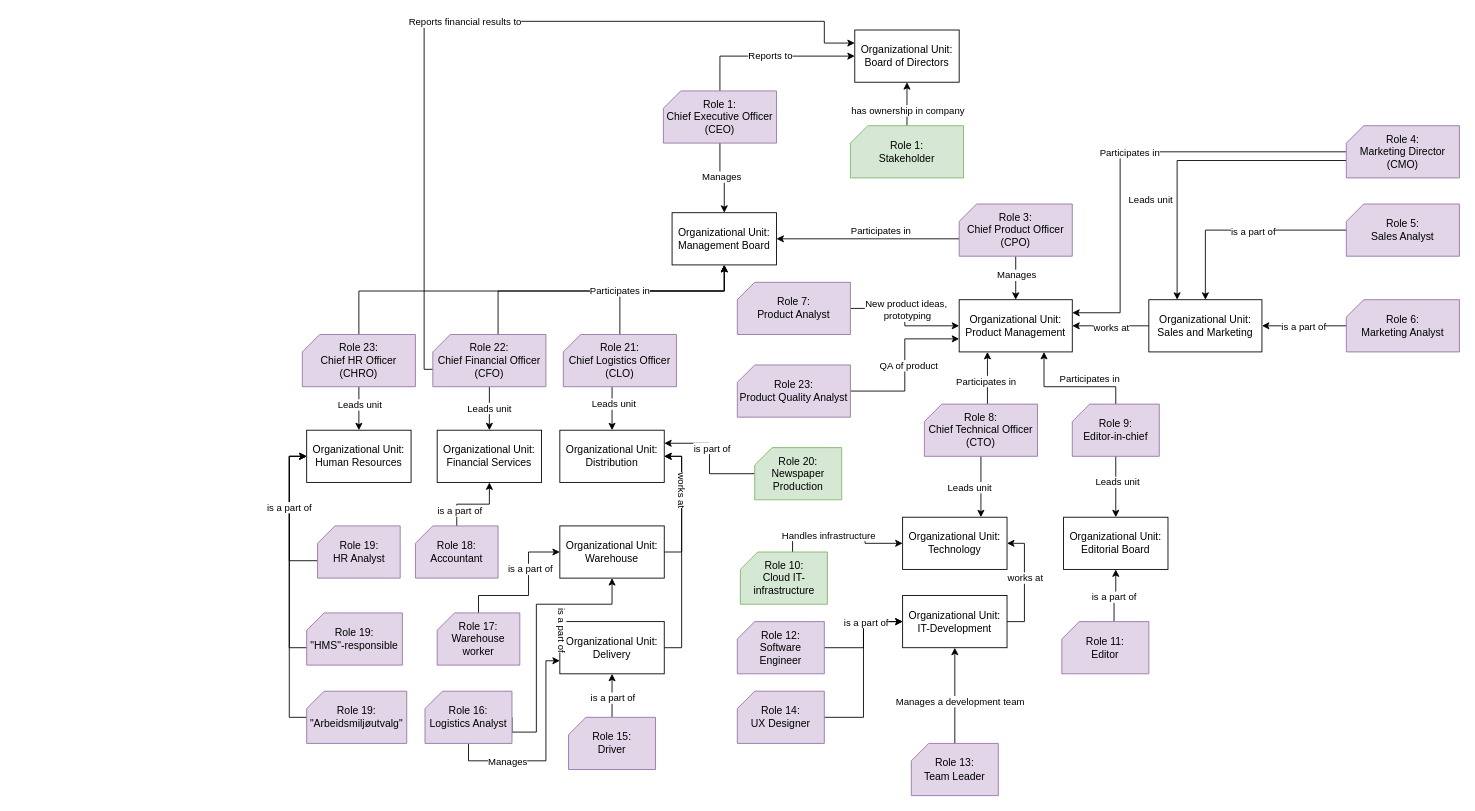
This is TS_role_actors_models.drawio from gullskatten/TS-models-4em-archi, a draw.io file, before an edit. Source tidied: cells renumbered, new cells numbered last; positions are measured from the earlier drawing's top-left corner, leaving out a move shared by most shapes. Both pictures are drawn from the tidied source at 87%, with x=0, y=0 at pixel (289, 21).
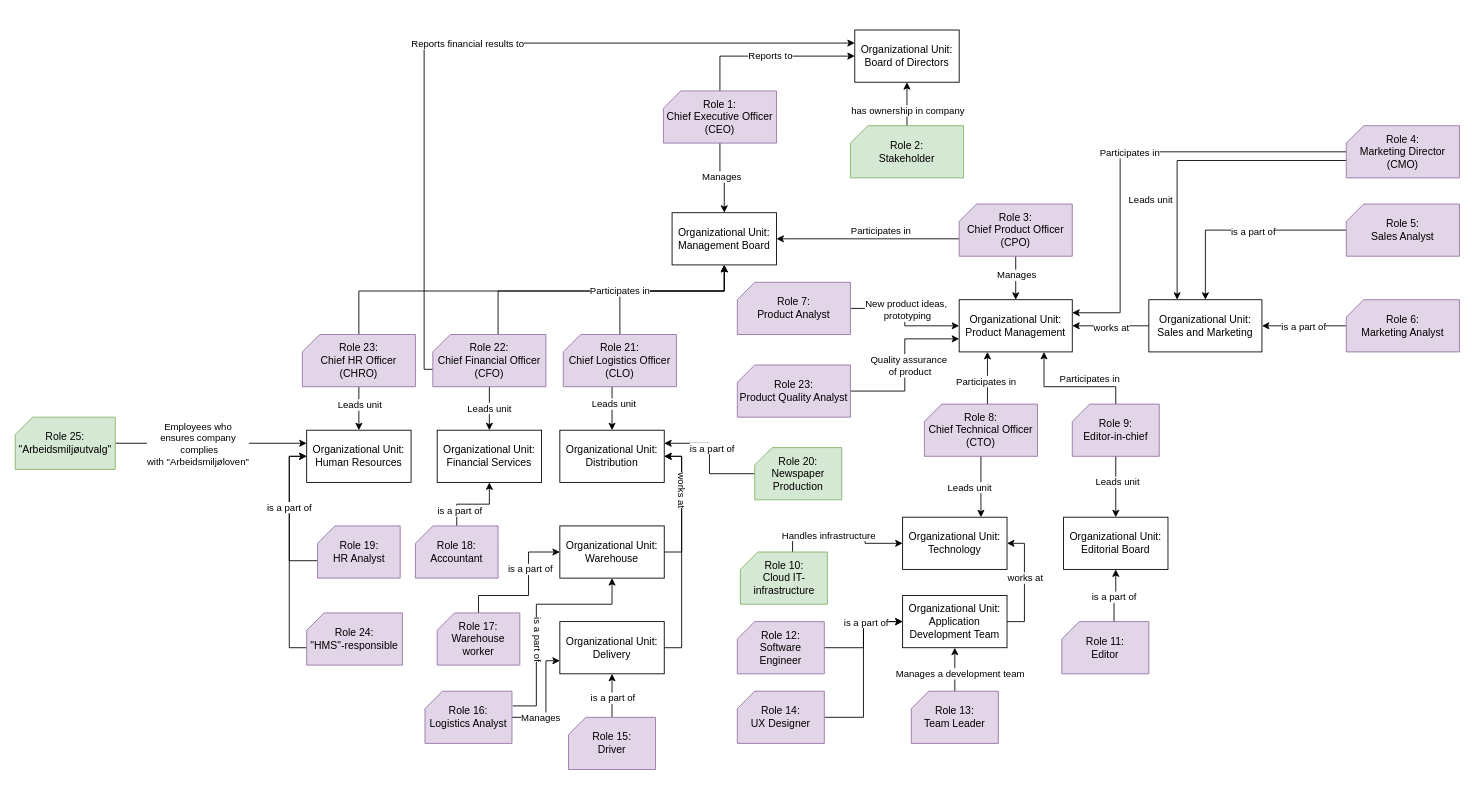
The same diagram, later.

The change refers to these unchanged cells:
```xml
<mxCell id="19" value="Role 22:&lt;br&gt;Chief Financial Officer (CFO)" style="verticalLabelPosition=middle;verticalAlign=middle;html=1;shape=card;whiteSpace=wrap;size=20;arcSize=12;fillColor=#e1d5e7;strokeColor=#9673a6;labelPosition=center;align=center;" parent="1" vertex="1">
  <mxGeometry x="165" y="360" width="130" height="60" as="geometry" />
</mxCell>
<mxCell id="30" value="Organizational Unit:&lt;br&gt;Human Resources" style="rounded=0;whiteSpace=wrap;html=1;" parent="1" vertex="1">
  <mxGeometry x="20" y="470" width="120" height="60" as="geometry" />
</mxCell>
<mxCell id="43" value="Organizational Unit:&lt;br&gt;Warehouse" style="rounded=0;whiteSpace=wrap;html=1;" parent="1" vertex="1">
  <mxGeometry x="311" y="580" width="120" height="60" as="geometry" />
</mxCell>
<mxCell id="46" value="Organizational Unit:&lt;br&gt;Delivery" style="rounded=0;whiteSpace=wrap;html=1;" parent="1" vertex="1">
  <mxGeometry x="311" y="690" width="120" height="60" as="geometry" />
</mxCell>
<mxCell id="47" style="edgeStyle=orthogonalEdgeStyle;rounded=0;jettySize=auto;html=1;entryX=1;entryY=0.25;entryDx=0;entryDy=0;" parent="1" edge="1" source="49" target="27">
  <mxGeometry relative="1" as="geometry" />
</mxCell>
<mxCell id="72" value="Role 16:&lt;br&gt;Logistics Analyst" style="verticalLabelPosition=middle;verticalAlign=middle;html=1;shape=card;whiteSpace=wrap;size=20;arcSize=12;fillColor=#e1d5e7;strokeColor=#9673a6;labelPosition=center;align=center;" parent="1" vertex="1">
  <mxGeometry x="156" y="770" width="100" height="60" as="geometry" />
</mxCell>
<mxCell id="97" style="edgeStyle=orthogonalEdgeStyle;rounded=0;jettySize=auto;html=1;entryX=0.5;entryY=1;entryDx=0;entryDy=0;" parent="1" edge="1" source="99" target="41">
  <mxGeometry relative="1" as="geometry" />
</mxCell>
<mxCell id="103" value="Organizational Unit:&lt;br&gt;Board of Directors" style="rounded=0;whiteSpace=wrap;html=1;" parent="1" vertex="1">
  <mxGeometry x="650" y="10" width="120" height="60" as="geometry" />
</mxCell>
<mxCell id="109" style="edgeStyle=orthogonalEdgeStyle;rounded=0;jettySize=auto;html=1;entryX=0;entryY=0.75;entryDx=0;entryDy=0;" parent="1" edge="1" source="111" target="61">
  <mxGeometry relative="1" as="geometry" />
</mxCell>
```

Change to the diagram source:
```diff
@@
     <mxCell id="16" style="edgeStyle=orthogonalEdgeStyle;rounded=0;jettySize=auto;html=1;entryX=0;entryY=0.25;entryDx=0;entryDy=0;exitX=0;exitY=0;exitDx=0;exitDy=40;exitPerimeter=0;" parent="1" edge="1" source="19" target="103">
       <mxGeometry relative="1" as="geometry">
         <Array as="points">
           <mxPoint x="155" y="400" />
-          <mxPoint x="155" />
-          <mxPoint x="615" />
-          <mxPoint x="615" y="25" />
+          <mxPoint x="155" y="25" />
         </Array>
       </mxGeometry>
     </mxCell>
@@
-    <mxCell id="41" value="Organizational Unit:&lt;br&gt;IT-Development" style="rounded=0;whiteSpace=wrap;html=1;" parent="1" vertex="1">
+    <mxCell id="41" value="Organizational Unit:&lt;br&gt;Application Development Team" style="rounded=0;whiteSpace=wrap;html=1;" parent="1" vertex="1">
       <mxGeometry x="705" y="660" width="120" height="60" as="geometry" />
     </mxCell>
@@
-    <mxCell id="48" value="is part of" style="edgeLabel;html=1;align=center;verticalAlign=middle;" parent="47" vertex="1">
+    <mxCell id="48" value="is a part of" style="edgeLabel;html=1;align=center;verticalAlign=middle;" parent="47" vertex="1">
       <mxGeometry x="0.23" y="-3" relative="1" as="geometry">
         <mxPoint x="-1" y="3" as="offset" />
       </mxGeometry>
     </mxCell>
@@
-    <mxCell id="52" value="Role 1:&lt;br&gt;Stakeholder" style="verticalLabelPosition=middle;verticalAlign=middle;html=1;shape=card;whiteSpace=wrap;size=20;arcSize=12;fillColor=#d5e8d4;strokeColor=#82b366;labelPosition=center;align=center;" parent="1" vertex="1">
+    <mxCell id="52" value="Role 2:&lt;br&gt;Stakeholder" style="verticalLabelPosition=middle;verticalAlign=middle;html=1;shape=card;whiteSpace=wrap;size=20;arcSize=12;fillColor=#d5e8d4;strokeColor=#82b366;labelPosition=center;align=center;" parent="1" vertex="1">
       <mxGeometry x="645" y="120" width="130" height="60" as="geometry" />
     </mxCell>
@@
-    <mxCell id="68" style="edgeStyle=orthogonalEdgeStyle;rounded=0;jettySize=auto;html=1;entryX=0.5;entryY=1;entryDx=0;entryDy=0;exitX=1;exitY=0.5;exitDx=0;exitDy=0;exitPerimeter=0;" parent="1" edge="1" source="72" target="43">
+    <mxCell id="68" style="edgeStyle=orthogonalEdgeStyle;rounded=0;jettySize=auto;html=1;entryX=0.5;entryY=1;entryDx=0;entryDy=0;exitX=1.009;exitY=0.281;exitDx=0;exitDy=0;exitPerimeter=0;" parent="1" edge="1" source="72" target="43">
       <mxGeometry relative="1" as="geometry">
         <Array as="points">
-          <mxPoint x="256" y="817" />
-          <mxPoint x="284" y="817" />
+          <mxPoint x="284" y="787" />
           <mxPoint x="284" y="670" />
           <mxPoint x="371" y="670" />
         </Array>
       </mxGeometry>
     </mxCell>
     <mxCell id="69" value="is a part of" style="edgeLabel;html=1;align=center;verticalAlign=middle;rotation=90;" parent="68" vertex="1">
       <mxGeometry x="0.4" y="3" relative="1" as="geometry">
-        <mxPoint x="6" y="32" as="offset" />
+        <mxPoint x="-36.5" y="43" as="offset" />
       </mxGeometry>
     </mxCell>
-    <mxCell id="70" style="edgeStyle=orthogonalEdgeStyle;rounded=0;jettySize=auto;html=1;entryX=0;entryY=0.75;entryDx=0;entryDy=0;exitX=0.5;exitY=1;exitDx=0;exitDy=0;exitPerimeter=0;" parent="1" edge="1" source="72" target="46">
+    <mxCell id="70" style="edgeStyle=orthogonalEdgeStyle;rounded=0;jettySize=auto;html=1;entryX=0;entryY=0.75;entryDx=0;entryDy=0;exitX=1;exitY=0.5;exitDx=0;exitDy=0;exitPerimeter=0;" parent="1" edge="1" source="72" target="46">
       <mxGeometry relative="1" as="geometry">
         <Array as="points">
-          <mxPoint x="206" y="850" />
-          <mxPoint x="295" y="850" />
+          <mxPoint x="295" y="800" />
           <mxPoint x="295" y="735" />
         </Array>
       </mxGeometry>
     </mxCell>
@@
     <mxCell id="98" value="Manages a development team" style="edgeLabel;html=1;align=center;verticalAlign=middle;" parent="97" vertex="1">
       <mxGeometry x="0.39" y="-8" relative="1" as="geometry">
-        <mxPoint x="-3" y="27.1" as="offset" />
+        <mxPoint x="-3" y="14.3" as="offset" />
       </mxGeometry>
     </mxCell>
     <mxCell id="99" value="Role 13:&lt;br&gt;Team Leader" style="verticalLabelPosition=middle;verticalAlign=middle;html=1;shape=card;whiteSpace=wrap;size=20;arcSize=12;fillColor=#e1d5e7;strokeColor=#9673a6;labelPosition=center;align=center;" parent="1" vertex="1">
-      <mxGeometry x="715" y="830" width="100" height="60" as="geometry" />
+      <mxGeometry x="715" y="770" width="100" height="60" as="geometry" />
     </mxCell>
@@
-    <mxCell id="104" style="edgeStyle=orthogonalEdgeStyle;rounded=0;jettySize=auto;html=1;entryX=0;entryY=0.5;entryDx=0;entryDy=0;" parent="1" edge="1" source="105" target="30">
+    <mxCell id="104" style="edgeStyle=orthogonalEdgeStyle;rounded=0;jettySize=auto;html=1;entryX=0;entryY=0.25;entryDx=0;entryDy=0;exitX=1;exitY=0.5;exitDx=0;exitDy=0;exitPerimeter=0;" parent="1" edge="1" source="105" target="30">
       <mxGeometry relative="1" as="geometry">
         <Array as="points">
-          <mxPoint y="800" />
-          <mxPoint y="500" />
+          <mxPoint x="-110" y="485" />
         </Array>
       </mxGeometry>
     </mxCell>
+    <mxCell id="112" value="Employees who &lt;br&gt;ensures company&lt;br&gt;&amp;nbsp;complies&lt;br&gt;with &quot;Arbeidsmiljøloven&quot;" style="edgeLabel;html=1;align=center;verticalAlign=middle;" parent="104" vertex="1">
+      <mxGeometry x="-0.15" y="-3" relative="1" as="geometry">
+        <mxPoint y="-3" as="offset" />
+      </mxGeometry>
+    </mxCell>
-    <mxCell id="105" value="Role 19:&lt;br&gt;&quot;Arbeidsmiljøutvalg&quot;" style="verticalLabelPosition=middle;verticalAlign=middle;html=1;shape=card;whiteSpace=wrap;size=20;arcSize=12;fillColor=#e1d5e7;strokeColor=#9673a6;labelPosition=center;align=center;" parent="1" vertex="1">
-      <mxGeometry x="20" y="770" width="115" height="60" as="geometry" />
+    <mxCell id="105" value="Role 25:&lt;br&gt;&quot;Arbeidsmiljøutvalg&quot;" style="verticalLabelPosition=middle;verticalAlign=middle;html=1;shape=card;whiteSpace=wrap;size=20;arcSize=12;fillColor=#d5e8d4;strokeColor=#82b366;labelPosition=center;align=center;" parent="1" vertex="1">
+      <mxGeometry x="-315" y="455" width="115" height="60" as="geometry" />
     </mxCell>
@@
-    <mxCell id="108" value="Role 19:&lt;br&gt;&quot;HMS&quot;-responsible" style="verticalLabelPosition=middle;verticalAlign=middle;html=1;shape=card;whiteSpace=wrap;size=20;arcSize=12;fillColor=#e1d5e7;strokeColor=#9673a6;labelPosition=center;align=center;" parent="1" vertex="1">
+    <mxCell id="108" value="Role 24:&lt;br&gt;&quot;HMS&quot;-responsible" style="verticalLabelPosition=middle;verticalAlign=middle;html=1;shape=card;whiteSpace=wrap;size=20;arcSize=12;fillColor=#e1d5e7;strokeColor=#9673a6;labelPosition=center;align=center;" parent="1" vertex="1">
       <mxGeometry x="20" y="680" width="110" height="60" as="geometry" />
     </mxCell>
@@
-    <mxCell id="110" value="QA of product" style="edgeLabel;html=1;align=center;verticalAlign=middle;" parent="109" vertex="1">
+    <mxCell id="110" value="Quality assurance&lt;br&gt;&amp;nbsp;of product" style="edgeLabel;html=1;align=center;verticalAlign=middle;" parent="109" vertex="1">
       <mxGeometry x="-0.01" y="-4" relative="1" as="geometry" />
     </mxCell>
```
